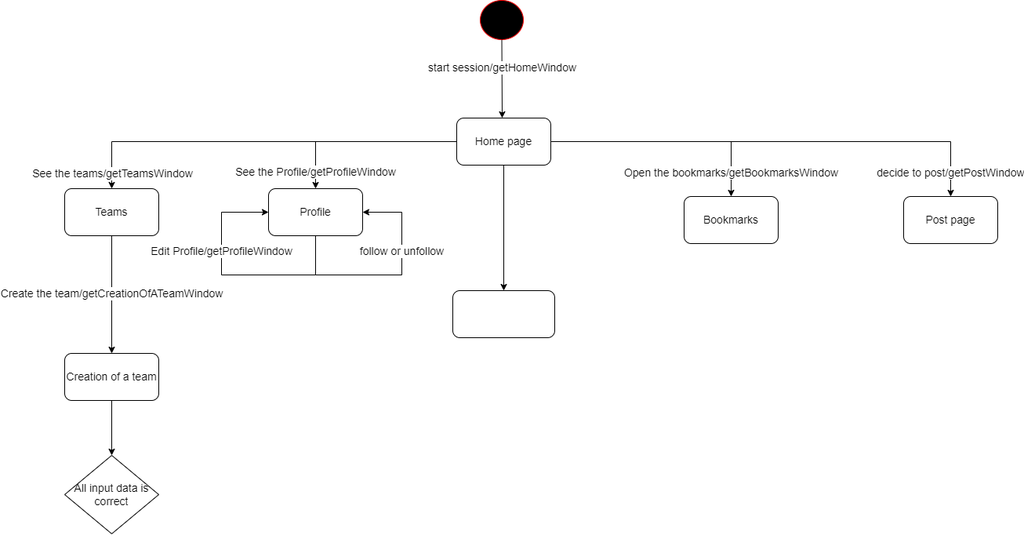
Before: Untitled Diagram.drawio.png, a diagram exported from draw.io (Borisov775/NeuroTalks). Source tidied: cells renumbered, new cells last; positions are measured from the earlier drawing's top-left corner, leaving out a move shared by most shapes.
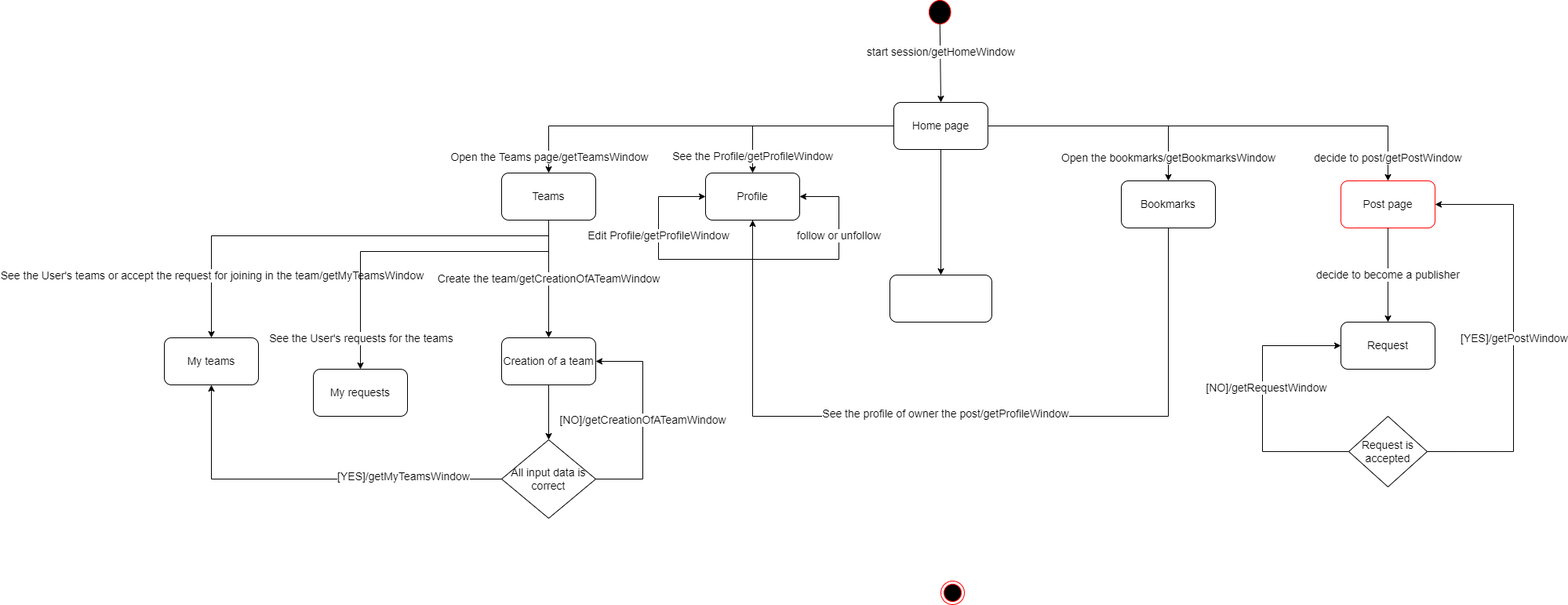
Above is the later version.

Change to the diagram source:
```diff
@@ -3,12 +3,10 @@
     <mxCell id="0" />
     <mxCell id="1" parent="0" />
     <mxCell id="2" style="ellipse;whiteSpace=wrap;html=1;fillColor=#000000;strokeColor=#FF0000;" parent="1" vertex="1">
-      <mxGeometry x="530" width="55" height="50" as="geometry" />
+      <mxGeometry x="545" y="20" width="27.5" height="30" as="geometry" />
     </mxCell>
-    <mxCell id="3" style="endArrow=classic;html=1;rounded=0;exitX=0.5;exitY=1;exitDx=0;exitDy=0;" parent="1" edge="1" source="2">
-      <mxGeometry relative="1" as="geometry">
-        <mxPoint x="558" y="150" as="targetPoint" />
-      </mxGeometry>
+    <mxCell id="3" style="endArrow=classic;html=1;rounded=0;exitX=0.5;exitY=1;exitDx=0;exitDy=0;entryX=0.5;entryY=0;entryDx=0;entryDy=0;entryPerimeter=0;" parent="1" edge="1" source="2" target="5">
+      <mxGeometry relative="1" as="geometry" />
     </mxCell>
     <mxCell id="4" value="&lt;font style=&quot;font-size: 14px&quot;&gt;start session/getHomeWindow&lt;/font&gt;" style="edgeLabel;html=1;align=center;verticalAlign=middle;" parent="3" vertex="1">
       <mxGeometry x="-0.3" relative="1" as="geometry" />
@@ -31,7 +29,7 @@
     <mxCell id="10" style="edgeStyle=segmentEdgeStyle;endArrow=classic;html=1;rounded=0;exitX=0;exitY=0.5;exitDx=0;exitDy=0;entryX=0.5;entryY=0;entryDx=0;entryDy=0;" parent="1" edge="1" source="5" target="12">
       <mxGeometry relative="1" as="geometry" />
     </mxCell>
-    <mxCell id="11" value="&lt;font style=&quot;font-size: 14px&quot;&gt;See the teams/getTeamsWindow&lt;/font&gt;" style="edgeLabel;html=1;align=center;verticalAlign=middle;" parent="10" vertex="1">
+    <mxCell id="11" value="&lt;font style=&quot;font-size: 14px&quot;&gt;Open the Teams page/getTeamsWindow&lt;/font&gt;" style="edgeLabel;html=1;align=center;verticalAlign=middle;" parent="10" vertex="1">
       <mxGeometry x="0.83" y="-1" relative="1" as="geometry">
         <mxPoint x="1" y="22" as="offset" />
       </mxGeometry>
@@ -50,7 +48,7 @@
         <mxPoint x="1130" y="250" as="targetPoint" />
       </mxGeometry>
     </mxCell>
-    <mxCell id="16" value="Post page" style="rounded=1;whiteSpace=wrap;html=1;fontSize=14;strokeColor=#000000;fillColor=#FFFFFF;" parent="1" vertex="1">
+    <mxCell id="16" value="Post page" style="rounded=1;whiteSpace=wrap;html=1;fontSize=14;strokeColor=#FF0000;fillColor=#FFFFFF;" parent="1" vertex="1">
       <mxGeometry x="1070" y="250" width="120" height="60" as="geometry" />
     </mxCell>
     <mxCell id="17" value="Edit Profile/getProfileWindow" style="edgeStyle=segmentEdgeStyle;endArrow=classic;html=1;rounded=0;fontSize=14;entryX=0;entryY=0.5;entryDx=0;entryDy=0;exitX=0.5;exitY=1;exitDx=0;exitDy=0;" parent="1" edge="1" source="9" target="9">
@@ -85,5 +83,96 @@
     <mxCell id="22" style="endArrow=classic;html=1;rounded=0;fontSize=14;exitX=0.5;exitY=1;exitDx=0;exitDy=0;entryX=0.5;entryY=0;entryDx=0;entryDy=0;" parent="1" edge="1" source="20" target="21">
       <mxGeometry relative="1" as="geometry" />
     </mxCell>
+    <mxCell id="23" value="[NO]/getCreationOfATeamWindow" style="edgeStyle=segmentEdgeStyle;endArrow=classic;html=1;rounded=0;fontSize=14;exitX=1;exitY=0.5;exitDx=0;exitDy=0;entryX=1;entryY=0.5;entryDx=0;entryDy=0;" parent="1" edge="1" source="21" target="20">
+      <mxGeometry relative="1" as="geometry">
+        <Array as="points">
+          <mxPoint x="180" y="630" />
+          <mxPoint x="180" y="480" />
+        </Array>
+      </mxGeometry>
+    </mxCell>
+    <mxCell id="24" style="edgeStyle=segmentEdgeStyle;endArrow=classic;html=1;rounded=0;fontSize=14;exitX=0.5;exitY=1;exitDx=0;exitDy=0;entryX=0.5;entryY=0;entryDx=0;entryDy=0;" parent="1" edge="1" source="12" target="26">
+      <mxGeometry relative="1" as="geometry">
+        <Array as="points">
+          <mxPoint x="60" y="320" />
+          <mxPoint x="-370" y="320" />
+        </Array>
+      </mxGeometry>
+    </mxCell>
+    <mxCell id="25" value="See the User's teams or accept the request for joining in the team/getMyTeamsWindow" style="edgeLabel;html=1;align=center;verticalAlign=middle;fontSize=14;" parent="24" vertex="1">
+      <mxGeometry x="0.75" y="2" relative="1" as="geometry">
+        <mxPoint x="-2" y="-7" as="offset" />
+      </mxGeometry>
+    </mxCell>
+    <mxCell id="26" value="My teams" style="rounded=1;whiteSpace=wrap;html=1;fontSize=14;strokeColor=#000000;fillColor=#FFFFFF;" parent="1" vertex="1">
+      <mxGeometry x="-430" y="450" width="120" height="60" as="geometry" />
+    </mxCell>
+    <mxCell id="27" style="edgeStyle=segmentEdgeStyle;endArrow=classic;html=1;rounded=0;fontSize=14;exitX=0;exitY=0.5;exitDx=0;exitDy=0;entryX=0.5;entryY=1;entryDx=0;entryDy=0;" parent="1" edge="1" source="21" target="26">
+      <mxGeometry relative="1" as="geometry" />
+    </mxCell>
+    <mxCell id="28" value="[YES]/getMyTeamsWindow" style="edgeLabel;html=1;align=center;verticalAlign=middle;fontSize=14;" parent="27" vertex="1">
+      <mxGeometry x="-0.49" y="-4" relative="1" as="geometry" />
+    </mxCell>
+    <mxCell id="29" style="edgeStyle=segmentEdgeStyle;endArrow=classic;html=1;rounded=0;fontSize=14;entryX=0.5;entryY=0;entryDx=0;entryDy=0;" parent="1" edge="1" target="31">
+      <mxGeometry relative="1" as="geometry">
+        <mxPoint x="60" y="340" as="sourcePoint" />
+      </mxGeometry>
+    </mxCell>
+    <mxCell id="30" value="See the User's requests for the teams" style="edgeLabel;html=1;align=center;verticalAlign=middle;fontSize=14;" parent="29" vertex="1">
+      <mxGeometry x="0.73" y="-2" relative="1" as="geometry">
+        <mxPoint x="2" y="13" as="offset" />
+      </mxGeometry>
+    </mxCell>
+    <mxCell id="31" value="My requests" style="rounded=1;whiteSpace=wrap;html=1;fontSize=14;strokeColor=#000000;fillColor=#FFFFFF;" parent="1" vertex="1">
+      <mxGeometry x="-240" y="490" width="120" height="60" as="geometry" />
+    </mxCell>
+    <mxCell id="32" style="edgeStyle=segmentEdgeStyle;endArrow=classic;html=1;rounded=0;fontSize=14;exitX=0.5;exitY=1;exitDx=0;exitDy=0;" parent="1" edge="1" source="14">
+      <mxGeometry relative="1" as="geometry">
+        <mxPoint x="320" y="300" as="targetPoint" />
+        <Array as="points">
+          <mxPoint x="850" y="550" />
+          <mxPoint x="320" y="550" />
+        </Array>
+      </mxGeometry>
+    </mxCell>
+    <mxCell id="33" value="See the profile of owner the post/getProfileWindow" style="edgeLabel;html=1;align=center;verticalAlign=middle;fontSize=14;" parent="32" vertex="1">
+      <mxGeometry x="0.03" y="-4" relative="1" as="geometry" />
+    </mxCell>
+    <mxCell id="34" style="ellipse;html=1;shape=endState;fillColor=#000000;strokeColor=#ff0000;fontSize=14;" parent="1" vertex="1">
+      <mxGeometry x="560" y="760" width="30" height="30" as="geometry" />
+    </mxCell>
+    <mxCell id="35" value="decide to become a publisher" style="endArrow=classic;html=1;rounded=0;fontSize=14;exitX=0.5;exitY=1;exitDx=0;exitDy=0;" parent="1" edge="1" source="16">
+      <mxGeometry relative="1" as="geometry">
+        <mxPoint x="1130" y="430" as="targetPoint" />
+      </mxGeometry>
+    </mxCell>
+    <mxCell id="36" value="Request" style="rounded=1;whiteSpace=wrap;html=1;fontSize=14;strokeColor=#000000;fillColor=#FFFFFF;" parent="1" vertex="1">
+      <mxGeometry x="1070" y="430" width="120" height="60" as="geometry" />
+    </mxCell>
+    <mxCell id="37" value="Request is accepted" style="rhombus;whiteSpace=wrap;html=1;fontSize=14;strokeColor=#000000;fillColor=#FFFFFF;" parent="1" vertex="1">
+      <mxGeometry x="1080" y="550" width="100" height="90" as="geometry" />
+    </mxCell>
+    <mxCell id="38" style="edgeStyle=segmentEdgeStyle;endArrow=classic;html=1;rounded=0;fontSize=14;exitX=1;exitY=0.5;exitDx=0;exitDy=0;entryX=1;entryY=0.5;entryDx=0;entryDy=0;" parent="1" edge="1" source="37" target="16">
+      <mxGeometry relative="1" as="geometry">
+        <Array as="points">
+          <mxPoint x="1290" y="595" />
+          <mxPoint x="1290" y="280" />
+        </Array>
+      </mxGeometry>
+    </mxCell>
+    <mxCell id="39" value="[YES]/getPostWindow" style="edgeLabel;html=1;align=center;verticalAlign=middle;fontSize=14;" parent="38" vertex="1">
+      <mxGeometry x="-0.03" relative="1" as="geometry" />
+    </mxCell>
+    <mxCell id="40" style="edgeStyle=segmentEdgeStyle;endArrow=classic;html=1;rounded=0;fontSize=14;exitX=0;exitY=0.5;exitDx=0;exitDy=0;entryX=0;entryY=0.5;entryDx=0;entryDy=0;" parent="1" edge="1" source="37" target="36">
+      <mxGeometry relative="1" as="geometry">
+        <Array as="points">
+          <mxPoint x="970" y="595" />
+          <mxPoint x="970" y="460" />
+        </Array>
+      </mxGeometry>
+    </mxCell>
+    <mxCell id="41" value="[NO]/getRequestWindow" style="edgeLabel;html=1;align=center;verticalAlign=middle;fontSize=14;" parent="40" vertex="1">
+      <mxGeometry x="0.11" y="-4" relative="1" as="geometry" />
+    </mxCell>
   </root>
 </mxGraphModel>
```
